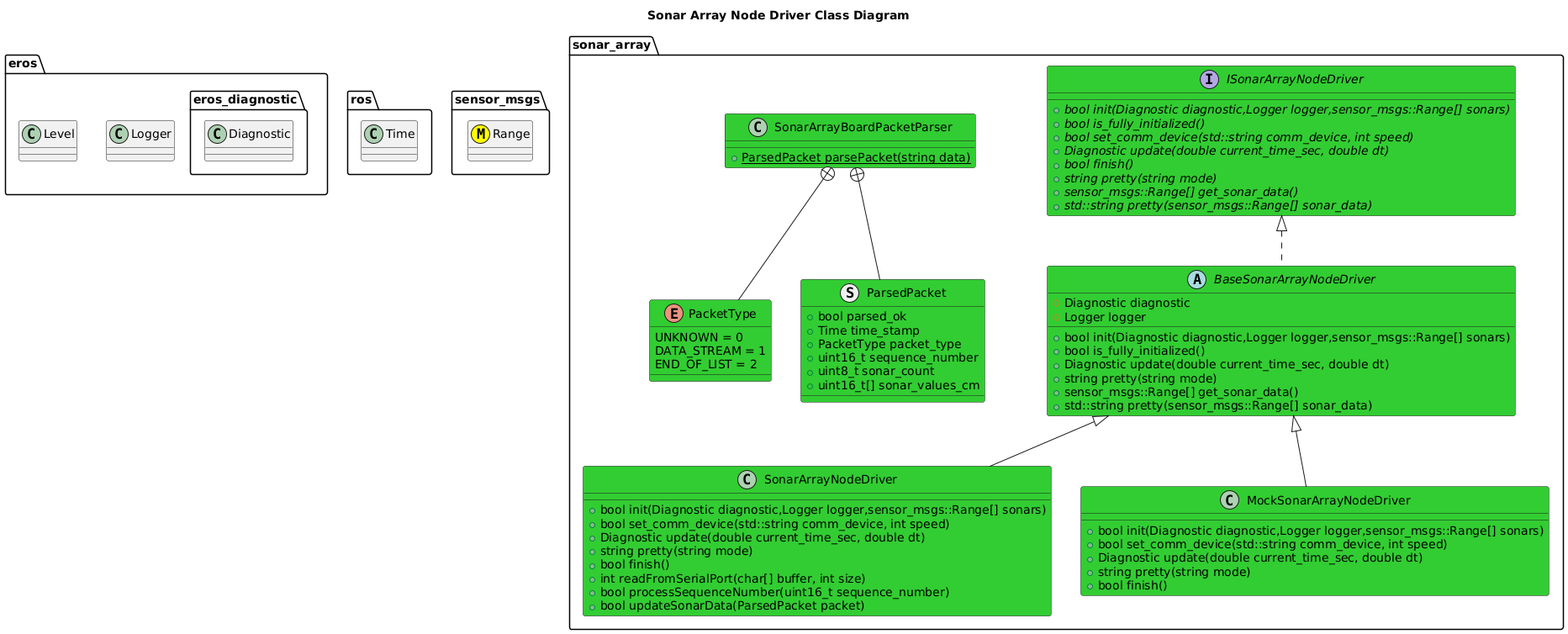
Above: nodes/SonarArrayNode/driver/doc/output/SonarArrayNodeDriverClassDiagram.png in fastrobotics/sonar_array (PlantUML), before the change. Its diagram source:
```plantuml
@startuml
title Sonar Array Node Driver Class Diagram
package eros {
    class Logger
    class Level
    namespace eros_diagnostic {
        class Diagnostic
    }
}
package ros {
    class Time
}
package sensor_msgs {
    class Range <<(M,#FFFF00)>>
}
namespace sonar_array {
    interface ISonarArrayNodeDriver #LimeGreen {
        +{abstract} bool init(Diagnostic diagnostic,Logger logger,sensor_msgs::Range[] sonars)
        +{abstract} bool is_fully_initialized()
        +{abstract} bool set_comm_device(std::string comm_device, int speed)
        +{abstract} Diagnostic update(double current_time_sec, double dt)
        +{abstract} bool finish()
        +{abstract} string pretty(string mode)
        +{abstract} sensor_msgs::Range[] get_sonar_data()
        +{abstract} std::string pretty(sensor_msgs::Range[] sonar_data)
    }
    abstract BaseSonarArrayNodeDriver #LimeGreen {
        +bool init(Diagnostic diagnostic,Logger logger,sensor_msgs::Range[] sonars)
        +bool is_fully_initialized()
        +Diagnostic update(double current_time_sec, double dt)
        +string pretty(string mode)
        +sensor_msgs::Range[] get_sonar_data()
        +std::string pretty(sensor_msgs::Range[] sonar_data)
        #Diagnostic diagnostic
        #Logger logger

    }
    ISonarArrayNodeDriver <|.. BaseSonarArrayNodeDriver
    class SonarArrayNodeDriver #LimeGreen {
        +bool init(Diagnostic diagnostic,Logger logger,sensor_msgs::Range[] sonars)
        +bool set_comm_device(std::string comm_device, int speed)
        +Diagnostic update(double current_time_sec, double dt)
        +string pretty(string mode)
        +bool finish()
        +int readFromSerialPort(char[] buffer, int size)
        +bool processSequenceNumber(uint16_t sequence_number)
        +bool updateSonarData(ParsedPacket packet)
    }
    BaseSonarArrayNodeDriver <|-- SonarArrayNodeDriver
    class MockSonarArrayNodeDriver #LimeGreen {
        +bool init(Diagnostic diagnostic,Logger logger,sensor_msgs::Range[] sonars)
        +bool set_comm_device(std::string comm_device, int speed)
        +Diagnostic update(double current_time_sec, double dt)
        +string pretty(string mode)
        +bool finish()
    }
    BaseSonarArrayNodeDriver <|-- MockSonarArrayNodeDriver

    enum PacketType #LimeGreen {
        UNKNOWN = 0
        DATA_STREAM = 1
        END_OF_LIST = 2
    }
    struct ParsedPacket #LimeGreen {
        +bool parsed_ok
        +Time time_stamp
        +PacketType packet_type
        +uint16_t sequence_number
        +uint8_t sonar_count
        +uint16_t[] sonar_values_cm
    }
    SonarArrayBoardPacketParser +-- ParsedPacket
    SonarArrayBoardPacketParser +-- PacketType
    class SonarArrayBoardPacketParser #LimeGreen {
        +{static} ParsedPacket parsePacket(string data)
    }

}
@enduml
```
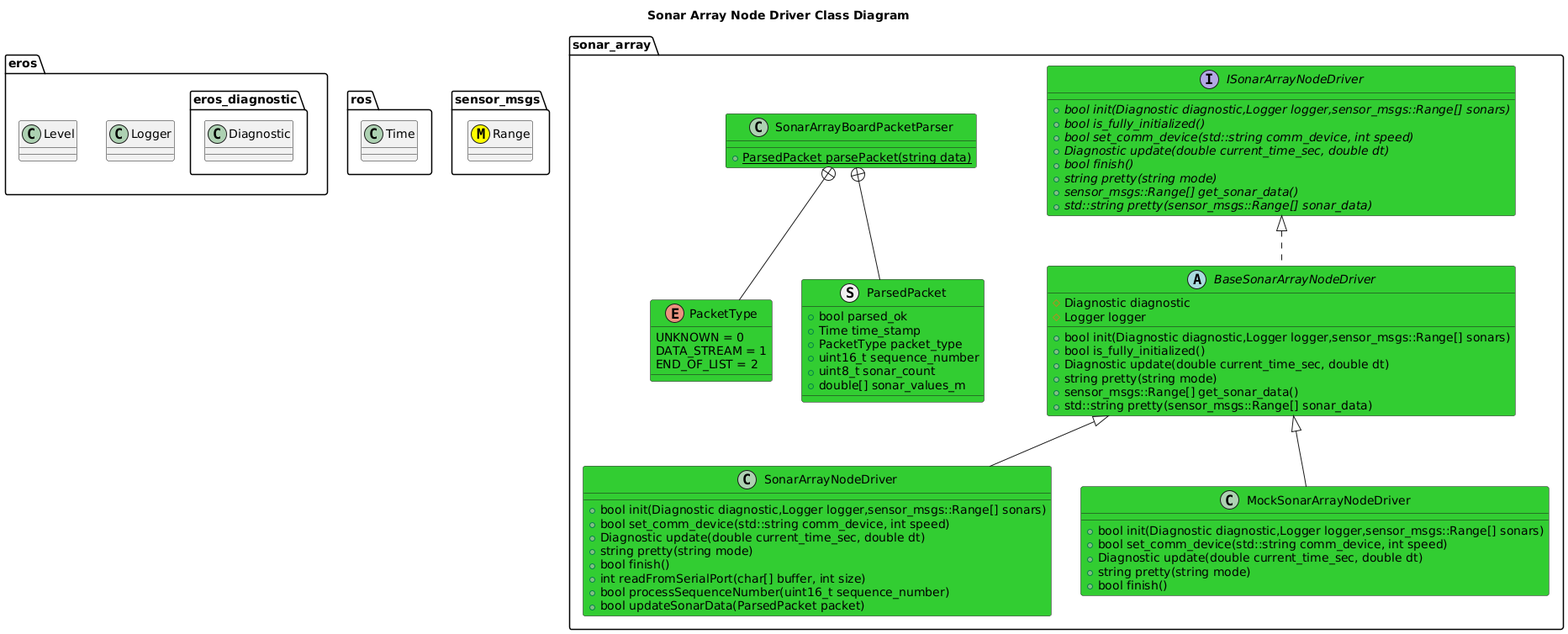
The same file after the commit.

Change to the diagram source:
```diff
@@ -67,7 +67,7 @@
         +PacketType packet_type
         +uint16_t sequence_number
         +uint8_t sonar_count
-        +uint16_t[] sonar_values_cm
+        +double[] sonar_values_m
     }
     SonarArrayBoardPacketParser +-- ParsedPacket
     SonarArrayBoardPacketParser +-- PacketType
```
